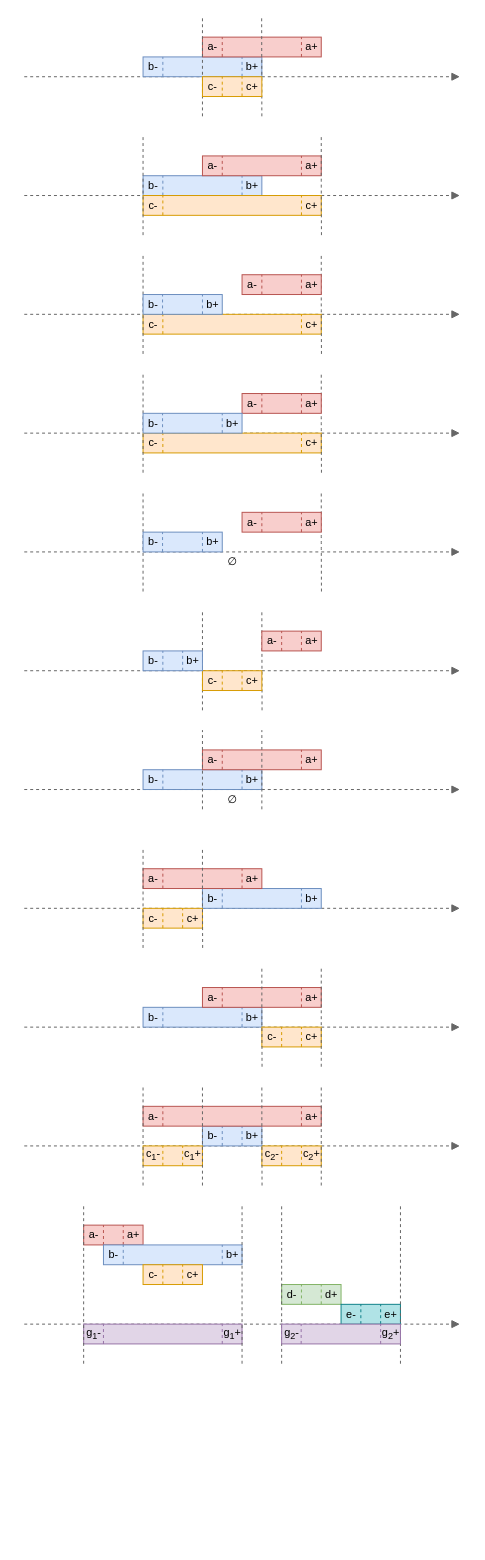
Above: page "Algorithms" (5 of 7) of res/resources.drawio in gchudnov/mindthegap (draw.io), before the change. Source tidied: cells renumbered, new cells numbered last; positions are measured from the earlier drawing's top-left corner, leaving out a move shared by most shapes. Both pictures are drawn from the tidied source at 99%, with x=0, y=0 at pixel (24, 17).
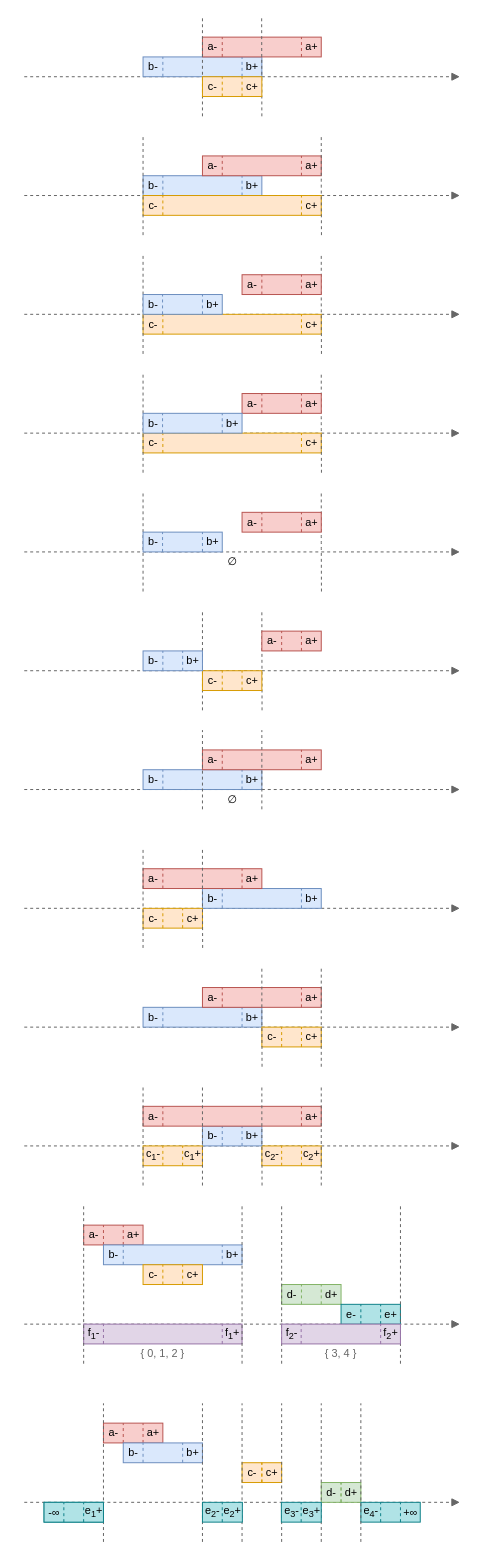
The same page after the edit.

The change refers to these unchanged cells:
```xml
<mxCell id="213" style="group;" parent="1" vertex="1">
  <mxGeometry x="60" y="1320" width="160" height="20" as="geometry" />
</mxCell>
<mxCell id="247" style="group;" parent="1" vertex="1">
  <mxGeometry x="259.7" y="1320" width="120.3" height="20" as="geometry" />
</mxCell>
```

Diff of the diagram source:
```diff
@@
-    <mxCell id="215" value="&lt;p style=&quot;line-height: 1.2&quot;&gt;g&lt;sub&gt;1&lt;/sub&gt;-&lt;/p&gt;" style="text;html=1;strokeColor=none;fillColor=none;align=center;verticalAlign=middle;rounded=0;fontSize=11;labelPosition=center;verticalLabelPosition=middle;horizontal=1;" parent="213" vertex="1">
+    <mxCell id="215" value="&lt;p style=&quot;line-height: 1.2&quot;&gt;f&lt;sub&gt;1&lt;/sub&gt;-&lt;/p&gt;" style="text;html=1;strokeColor=none;fillColor=none;align=center;verticalAlign=middle;rounded=0;fontSize=11;labelPosition=center;verticalLabelPosition=middle;horizontal=1;" parent="213" vertex="1">
       <mxGeometry width="20" height="20" as="geometry" />
     </mxCell>
-    <mxCell id="216" value="g&lt;sub&gt;1&lt;/sub&gt;+" style="text;html=1;strokeColor=none;fillColor=none;align=center;verticalAlign=middle;rounded=0;fontSize=11;spacing=2;" parent="213" vertex="1">
+    <mxCell id="216" value="f&lt;sub&gt;1&lt;/sub&gt;+" style="text;html=1;strokeColor=none;fillColor=none;align=center;verticalAlign=middle;rounded=0;fontSize=11;spacing=2;" parent="213" vertex="1">
       <mxGeometry x="140" width="20" height="20" as="geometry" />
     </mxCell>
@@
-    <mxCell id="249" value="&lt;p style=&quot;line-height: 1.2&quot;&gt;g&lt;sub&gt;2&lt;/sub&gt;-&lt;/p&gt;" style="text;html=1;strokeColor=none;fillColor=none;align=center;verticalAlign=middle;rounded=0;fontSize=11;labelPosition=center;verticalLabelPosition=middle;horizontal=1;" parent="247" vertex="1">
+    <mxCell id="249" value="&lt;p style=&quot;line-height: 1.2&quot;&gt;f&lt;sub&gt;2&lt;/sub&gt;-&lt;/p&gt;" style="text;html=1;strokeColor=none;fillColor=none;align=center;verticalAlign=middle;rounded=0;fontSize=11;labelPosition=center;verticalLabelPosition=middle;horizontal=1;" parent="247" vertex="1">
       <mxGeometry width="20" height="20" as="geometry" />
     </mxCell>
-    <mxCell id="250" value="g&lt;sub&gt;2&lt;/sub&gt;+" style="text;html=1;strokeColor=none;fillColor=none;align=center;verticalAlign=middle;rounded=0;fontSize=11;spacing=2;" parent="247" vertex="1">
+    <mxCell id="250" value="f&lt;sub&gt;2&lt;/sub&gt;+" style="text;html=1;strokeColor=none;fillColor=none;align=center;verticalAlign=middle;rounded=0;fontSize=11;spacing=2;" parent="247" vertex="1">
       <mxGeometry x="100.3" width="20" height="20" as="geometry" />
     </mxCell>
@@
+    <mxCell id="253" style="endArrow=block;html=1;fontSize=12;strokeWidth=1;fillColor=#f5f5f5;strokeColor=#666666;endFill=1;dashed=1;" parent="1" edge="1">
+      <mxGeometry relative="1" as="geometry">
+        <mxPoint y="1500" as="sourcePoint" />
+        <mxPoint x="440" y="1500" as="targetPoint" />
+      </mxGeometry>
+    </mxCell>
+    <mxCell id="254" style="group;" parent="1" vertex="1">
+      <mxGeometry x="80" y="1420" width="60" height="20" as="geometry" />
+    </mxCell>
+    <mxCell id="255" style="rounded=0;whiteSpace=wrap;html=1;fontSize=12;strokeWidth=1;fillColor=#f8cecc;strokeColor=#b85450;" parent="254" vertex="1">
+      <mxGeometry width="60" height="20" as="geometry" />
+    </mxCell>
+    <mxCell id="256" value="&lt;p style=&quot;line-height: 1.2&quot;&gt;a-&lt;/p&gt;" style="text;html=1;strokeColor=none;fillColor=none;align=center;verticalAlign=middle;rounded=0;fontSize=11;labelPosition=center;verticalLabelPosition=middle;horizontal=1;" parent="254" vertex="1">
+      <mxGeometry width="20" height="20" as="geometry" />
+    </mxCell>
+    <mxCell id="257" value="a+" style="text;html=1;strokeColor=none;fillColor=none;align=center;verticalAlign=middle;rounded=0;fontSize=11;spacing=2;" parent="254" vertex="1">
+      <mxGeometry x="40" width="20" height="20" as="geometry" />
+    </mxCell>
+    <mxCell id="258" style="endArrow=none;dashed=1;html=1;strokeWidth=1;fontSize=11;fillColor=#f8cecc;strokeColor=#b85450;" parent="254" edge="1">
+      <mxGeometry relative="1" as="geometry">
+        <mxPoint x="40" y="20" as="sourcePoint" />
+        <mxPoint x="40" as="targetPoint" />
+      </mxGeometry>
+    </mxCell>
+    <mxCell id="259" style="endArrow=none;dashed=1;html=1;strokeWidth=1;fontSize=11;fillColor=#f8cecc;strokeColor=#b85450;" parent="254" edge="1">
+      <mxGeometry relative="1" as="geometry">
+        <mxPoint x="20" y="20" as="sourcePoint" />
+        <mxPoint x="20" as="targetPoint" />
+      </mxGeometry>
+    </mxCell>
+    <mxCell id="260" style="group;" parent="1" vertex="1">
+      <mxGeometry x="300" y="1480" width="40" height="20" as="geometry" />
+    </mxCell>
+    <mxCell id="261" style="rounded=0;whiteSpace=wrap;html=1;fontSize=12;strokeWidth=1;fillColor=#d5e8d4;strokeColor=#82b366;" parent="260" vertex="1">
+      <mxGeometry width="40" height="20" as="geometry" />
+    </mxCell>
+    <mxCell id="262" value="&lt;p style=&quot;line-height: 1.2&quot;&gt;d-&lt;/p&gt;" style="text;html=1;strokeColor=none;fillColor=none;align=center;verticalAlign=middle;rounded=0;fontSize=11;labelPosition=center;verticalLabelPosition=middle;horizontal=1;" parent="260" vertex="1">
+      <mxGeometry width="20" height="20" as="geometry" />
+    </mxCell>
+    <mxCell id="263" value="d+" style="text;html=1;strokeColor=none;fillColor=none;align=center;verticalAlign=middle;rounded=0;fontSize=11;spacing=2;" parent="260" vertex="1">
+      <mxGeometry x="20" width="20" height="20" as="geometry" />
+    </mxCell>
+    <mxCell id="264" style="endArrow=none;dashed=1;html=1;strokeWidth=1;fontSize=11;fillColor=#d5e8d4;strokeColor=#82b366;" parent="260" edge="1">
+      <mxGeometry relative="1" as="geometry">
+        <mxPoint x="20" y="20" as="sourcePoint" />
+        <mxPoint x="20" as="targetPoint" />
+      </mxGeometry>
+    </mxCell>
+    <mxCell id="265" style="endArrow=none;dashed=1;html=1;strokeWidth=1;fontSize=11;fillColor=#d5e8d4;strokeColor=#82b366;" parent="260" edge="1">
+      <mxGeometry relative="1" as="geometry">
+        <mxPoint x="20" y="20" as="sourcePoint" />
+        <mxPoint x="20" as="targetPoint" />
+      </mxGeometry>
+    </mxCell>
+    <mxCell id="266" style="group;" parent="1" vertex="1">
+      <mxGeometry x="220" y="1460" width="40" height="20" as="geometry" />
+    </mxCell>
+    <mxCell id="267" style="rounded=0;whiteSpace=wrap;html=1;fontSize=12;strokeWidth=1;fillColor=#ffe6cc;strokeColor=#d79b00;" parent="266" vertex="1">
+      <mxGeometry width="40" height="20" as="geometry" />
+    </mxCell>
+    <mxCell id="268" value="&lt;p style=&quot;line-height: 1.2&quot;&gt;c-&lt;/p&gt;" style="text;html=1;strokeColor=none;fillColor=none;align=center;verticalAlign=middle;rounded=0;fontSize=11;labelPosition=center;verticalLabelPosition=middle;horizontal=1;" parent="266" vertex="1">
+      <mxGeometry width="20" height="20" as="geometry" />
+    </mxCell>
+    <mxCell id="269" value="c+" style="text;html=1;strokeColor=none;fillColor=none;align=center;verticalAlign=middle;rounded=0;fontSize=11;spacing=2;" parent="266" vertex="1">
+      <mxGeometry x="20" width="20" height="20" as="geometry" />
+    </mxCell>
+    <mxCell id="270" style="endArrow=none;dashed=1;html=1;strokeWidth=1;fontSize=11;fillColor=#ffe6cc;strokeColor=#d79b00;" parent="266" edge="1">
+      <mxGeometry relative="1" as="geometry">
+        <mxPoint x="20" y="20" as="sourcePoint" />
+        <mxPoint x="20" as="targetPoint" />
+      </mxGeometry>
+    </mxCell>
+    <mxCell id="271" style="endArrow=none;dashed=1;html=1;strokeWidth=1;fontSize=11;fillColor=#ffe6cc;strokeColor=#d79b00;" parent="266" edge="1">
+      <mxGeometry relative="1" as="geometry">
+        <mxPoint x="20" y="20" as="sourcePoint" />
+        <mxPoint x="20" as="targetPoint" />
+      </mxGeometry>
+    </mxCell>
+    <mxCell id="272" style="group;" parent="1" vertex="1">
+      <mxGeometry x="100" y="1440" width="80" height="20" as="geometry" />
+    </mxCell>
+    <mxCell id="273" style="rounded=0;whiteSpace=wrap;html=1;fontSize=12;strokeWidth=1;fillColor=#dae8fc;strokeColor=#6c8ebf;" parent="272" vertex="1">
+      <mxGeometry width="80" height="20" as="geometry" />
+    </mxCell>
+    <mxCell id="274" value="&lt;p style=&quot;line-height: 1.2&quot;&gt;b-&lt;/p&gt;" style="text;html=1;strokeColor=none;fillColor=none;align=center;verticalAlign=middle;rounded=0;fontSize=11;labelPosition=center;verticalLabelPosition=middle;horizontal=1;" parent="272" vertex="1">
+      <mxGeometry width="20" height="20" as="geometry" />
+    </mxCell>
+    <mxCell id="275" value="b+" style="text;html=1;strokeColor=none;fillColor=none;align=center;verticalAlign=middle;rounded=0;fontSize=11;spacing=2;" parent="272" vertex="1">
+      <mxGeometry x="60" width="20" height="20" as="geometry" />
+    </mxCell>
+    <mxCell id="276" style="endArrow=none;dashed=1;html=1;strokeWidth=1;fontSize=11;fillColor=#dae8fc;strokeColor=#6c8ebf;" parent="272" edge="1">
+      <mxGeometry relative="1" as="geometry">
+        <mxPoint x="60" y="20" as="sourcePoint" />
+        <mxPoint x="60" as="targetPoint" />
+      </mxGeometry>
+    </mxCell>
+    <mxCell id="277" style="endArrow=none;dashed=1;html=1;strokeWidth=1;fontSize=11;fillColor=#dae8fc;strokeColor=#6c8ebf;" parent="272" edge="1">
+      <mxGeometry relative="1" as="geometry">
+        <mxPoint x="20" y="20" as="sourcePoint" />
+        <mxPoint x="20" as="targetPoint" />
+      </mxGeometry>
+    </mxCell>
+    <mxCell id="278" style="group;fillColor=#b0e3e6;strokeColor=#0e8088;" parent="1" vertex="1">
+      <mxGeometry x="340" y="1500" width="60" height="20" as="geometry" />
+    </mxCell>
+    <mxCell id="279" value="&lt;p style=&quot;line-height: 1.2&quot;&gt;e&lt;sub style=&quot;border-color: var(--border-color);&quot;&gt;4&lt;/sub&gt;-&lt;br&gt;&lt;/p&gt;" style="text;html=1;strokeColor=none;fillColor=none;align=center;verticalAlign=middle;rounded=0;fontSize=11;labelPosition=center;verticalLabelPosition=middle;horizontal=1;" parent="278" vertex="1">
+      <mxGeometry width="20" height="20" as="geometry" />
+    </mxCell>
+    <mxCell id="280" value="+∞" style="text;html=1;strokeColor=none;fillColor=none;align=center;verticalAlign=middle;rounded=0;fontSize=11;spacing=2;" parent="278" vertex="1">
+      <mxGeometry x="40" width="20" height="20" as="geometry" />
+    </mxCell>
+    <mxCell id="281" style="endArrow=none;dashed=1;html=1;strokeWidth=1;fontSize=11;fillColor=#b0e3e6;strokeColor=#0e8088;" parent="278" edge="1">
+      <mxGeometry relative="1" as="geometry">
+        <mxPoint x="40" y="20" as="sourcePoint" />
+        <mxPoint x="40" as="targetPoint" />
+      </mxGeometry>
+    </mxCell>
+    <mxCell id="282" style="endArrow=none;dashed=1;html=1;strokeWidth=1;fontSize=11;fillColor=#b0e3e6;strokeColor=#0e8088;" parent="278" edge="1">
+      <mxGeometry relative="1" as="geometry">
+        <mxPoint x="20" y="20" as="sourcePoint" />
+        <mxPoint x="20" as="targetPoint" />
+      </mxGeometry>
+    </mxCell>
+    <mxCell id="283" style="endArrow=none;dashed=1;html=1;strokeWidth=1;fontSize=11;fillColor=#f5f5f5;strokeColor=#666666;" parent="1" edge="1">
+      <mxGeometry relative="1" as="geometry">
+        <mxPoint x="340" y="1540" as="sourcePoint" />
+        <mxPoint x="340" y="1400" as="targetPoint" />
+      </mxGeometry>
+    </mxCell>
+    <mxCell id="284" style="endArrow=none;dashed=1;html=1;strokeWidth=1;fontSize=11;fillColor=#f5f5f5;strokeColor=#666666;" parent="1" edge="1">
+      <mxGeometry relative="1" as="geometry">
+        <mxPoint x="300" y="1540" as="sourcePoint" />
+        <mxPoint x="300" y="1400" as="targetPoint" />
+      </mxGeometry>
+    </mxCell>
+    <mxCell id="285" style="endArrow=none;dashed=1;html=1;strokeWidth=1;fontSize=11;fillColor=#f5f5f5;strokeColor=#666666;" parent="1" edge="1">
+      <mxGeometry relative="1" as="geometry">
+        <mxPoint x="260" y="1540" as="sourcePoint" />
+        <mxPoint x="260" y="1400" as="targetPoint" />
+      </mxGeometry>
+    </mxCell>
+    <mxCell id="286" style="endArrow=none;dashed=1;html=1;strokeWidth=1;fontSize=11;fillColor=#f5f5f5;strokeColor=#666666;" parent="1" edge="1">
+      <mxGeometry relative="1" as="geometry">
+        <mxPoint x="220" y="1540" as="sourcePoint" />
+        <mxPoint x="220" y="1400" as="targetPoint" />
+      </mxGeometry>
+    </mxCell>
+    <mxCell id="287" style="endArrow=none;dashed=1;html=1;strokeWidth=1;fontSize=11;fillColor=#f5f5f5;strokeColor=#666666;" parent="1" edge="1">
+      <mxGeometry relative="1" as="geometry">
+        <mxPoint x="180" y="1540" as="sourcePoint" />
+        <mxPoint x="180" y="1400" as="targetPoint" />
+      </mxGeometry>
+    </mxCell>
+    <mxCell id="288" style="endArrow=none;dashed=1;html=1;strokeWidth=1;fontSize=11;fillColor=#f5f5f5;strokeColor=#666666;" parent="1" edge="1">
+      <mxGeometry relative="1" as="geometry">
+        <mxPoint x="80" y="1540" as="sourcePoint" />
+        <mxPoint x="80" y="1400" as="targetPoint" />
+      </mxGeometry>
+    </mxCell>
+    <mxCell id="289" value="{ 0, 1, 2 }" style="text;html=1;strokeColor=none;fillColor=none;align=center;verticalAlign=middle;whiteSpace=wrap;rounded=0;fontColor=#666666;fontSize=11;" parent="1" vertex="1">
+      <mxGeometry x="110" y="1340" width="60" height="20" as="geometry" />
+    </mxCell>
+    <mxCell id="290" value="{ 3, 4 }" style="text;html=1;strokeColor=none;fillColor=none;align=center;verticalAlign=middle;whiteSpace=wrap;rounded=0;fontColor=#666666;fontSize=11;" parent="1" vertex="1">
+      <mxGeometry x="290" y="1340" width="60" height="20" as="geometry" />
+    </mxCell>
+    <mxCell id="291" style="group;" parent="1" vertex="1">
+      <mxGeometry x="259.7" y="1500" width="40.6" height="20" as="geometry" />
+    </mxCell>
+    <mxCell id="292" style="rounded=0;whiteSpace=wrap;html=1;fontSize=12;strokeWidth=1;fillColor=#b0e3e6;strokeColor=#0e8088;" parent="291" vertex="1">
+      <mxGeometry width="40.3" height="20" as="geometry" />
+    </mxCell>
+    <mxCell id="293" value="&lt;p style=&quot;line-height: 1.2&quot;&gt;e&lt;sub&gt;3&lt;/sub&gt;-&lt;/p&gt;" style="text;html=1;strokeColor=none;fillColor=none;align=center;verticalAlign=middle;rounded=0;fontSize=11;labelPosition=center;verticalLabelPosition=middle;horizontal=1;" parent="291" vertex="1">
+      <mxGeometry width="20" height="20" as="geometry" />
+    </mxCell>
+    <mxCell id="294" value="e&lt;sub&gt;3&lt;/sub&gt;+" style="text;html=1;strokeColor=none;fillColor=none;align=center;verticalAlign=middle;rounded=0;fontSize=11;spacing=2;" parent="291" vertex="1">
+      <mxGeometry x="20.3" width="20.3" height="20" as="geometry" />
+    </mxCell>
+    <mxCell id="295" style="endArrow=none;dashed=1;html=1;strokeWidth=1;fontSize=11;fillColor=#b0e3e6;strokeColor=#0e8088;" parent="291" edge="1">
+      <mxGeometry relative="1" as="geometry">
+        <mxPoint x="20" y="20" as="sourcePoint" />
+        <mxPoint x="20" as="targetPoint" />
+      </mxGeometry>
+    </mxCell>
+    <mxCell id="296" style="group;" parent="1" vertex="1">
+      <mxGeometry x="180" y="1500" width="40.6" height="20" as="geometry" />
+    </mxCell>
+    <mxCell id="297" style="rounded=0;whiteSpace=wrap;html=1;fontSize=12;strokeWidth=1;fillColor=#b0e3e6;strokeColor=#0e8088;" parent="296" vertex="1">
+      <mxGeometry width="40.3" height="20" as="geometry" />
+    </mxCell>
+    <mxCell id="298" value="&lt;p style=&quot;line-height: 1.2&quot;&gt;e&lt;sub&gt;2&lt;/sub&gt;-&lt;/p&gt;" style="text;html=1;strokeColor=none;fillColor=none;align=center;verticalAlign=middle;rounded=0;fontSize=11;labelPosition=center;verticalLabelPosition=middle;horizontal=1;" parent="296" vertex="1">
+      <mxGeometry width="20" height="20" as="geometry" />
+    </mxCell>
+    <mxCell id="299" value="e&lt;sub&gt;2&lt;/sub&gt;+" style="text;html=1;strokeColor=none;fillColor=none;align=center;verticalAlign=middle;rounded=0;fontSize=11;spacing=2;" parent="296" vertex="1">
+      <mxGeometry x="20.3" width="20.3" height="20" as="geometry" />
+    </mxCell>
+    <mxCell id="300" style="endArrow=none;dashed=1;html=1;strokeWidth=1;fontSize=11;fillColor=#b0e3e6;strokeColor=#0e8088;" parent="296" edge="1">
+      <mxGeometry relative="1" as="geometry">
+        <mxPoint x="20" y="20" as="sourcePoint" />
+        <mxPoint x="20" as="targetPoint" />
+      </mxGeometry>
+    </mxCell>
+    <mxCell id="301" style="group;" parent="1" vertex="1">
+      <mxGeometry x="20" y="1500" width="60" height="20" as="geometry" />
+    </mxCell>
+    <mxCell id="302" style="group;fillColor=#b0e3e6;strokeColor=#0e8088;" parent="301" vertex="1">
+      <mxGeometry width="60" height="20" as="geometry" />
+    </mxCell>
+    <mxCell id="303" style="rounded=0;whiteSpace=wrap;html=1;fontSize=12;strokeWidth=1;fillColor=#b0e3e6;strokeColor=#0e8088;" parent="301" vertex="1">
+      <mxGeometry width="60" height="20" as="geometry" />
+    </mxCell>
+    <mxCell id="304" value="&lt;p style=&quot;line-height: 1.2&quot;&gt;-∞&lt;br&gt;&lt;/p&gt;" style="text;html=1;strokeColor=none;fillColor=none;align=center;verticalAlign=middle;rounded=0;fontSize=11;labelPosition=center;verticalLabelPosition=middle;horizontal=1;" parent="301" vertex="1">
+      <mxGeometry width="20" height="20" as="geometry" />
+    </mxCell>
+    <mxCell id="305" value="e&lt;sub&gt;1&lt;/sub&gt;+" style="text;html=1;strokeColor=none;fillColor=none;align=center;verticalAlign=middle;rounded=0;fontSize=11;spacing=2;" parent="301" vertex="1">
+      <mxGeometry x="40" width="20" height="20" as="geometry" />
+    </mxCell>
+    <mxCell id="306" style="endArrow=none;dashed=1;html=1;strokeWidth=1;fontSize=11;fillColor=#b0e3e6;strokeColor=#0e8088;" parent="301" edge="1">
+      <mxGeometry relative="1" as="geometry">
+        <mxPoint x="40" y="20" as="sourcePoint" />
+        <mxPoint x="40" as="targetPoint" />
+      </mxGeometry>
+    </mxCell>
+    <mxCell id="307" style="endArrow=none;dashed=1;html=1;strokeWidth=1;fontSize=11;fillColor=#b0e3e6;strokeColor=#0e8088;" parent="301" edge="1">
+      <mxGeometry relative="1" as="geometry">
+        <mxPoint x="20" y="20" as="sourcePoint" />
+        <mxPoint x="20" as="targetPoint" />
+      </mxGeometry>
+    </mxCell>
```
